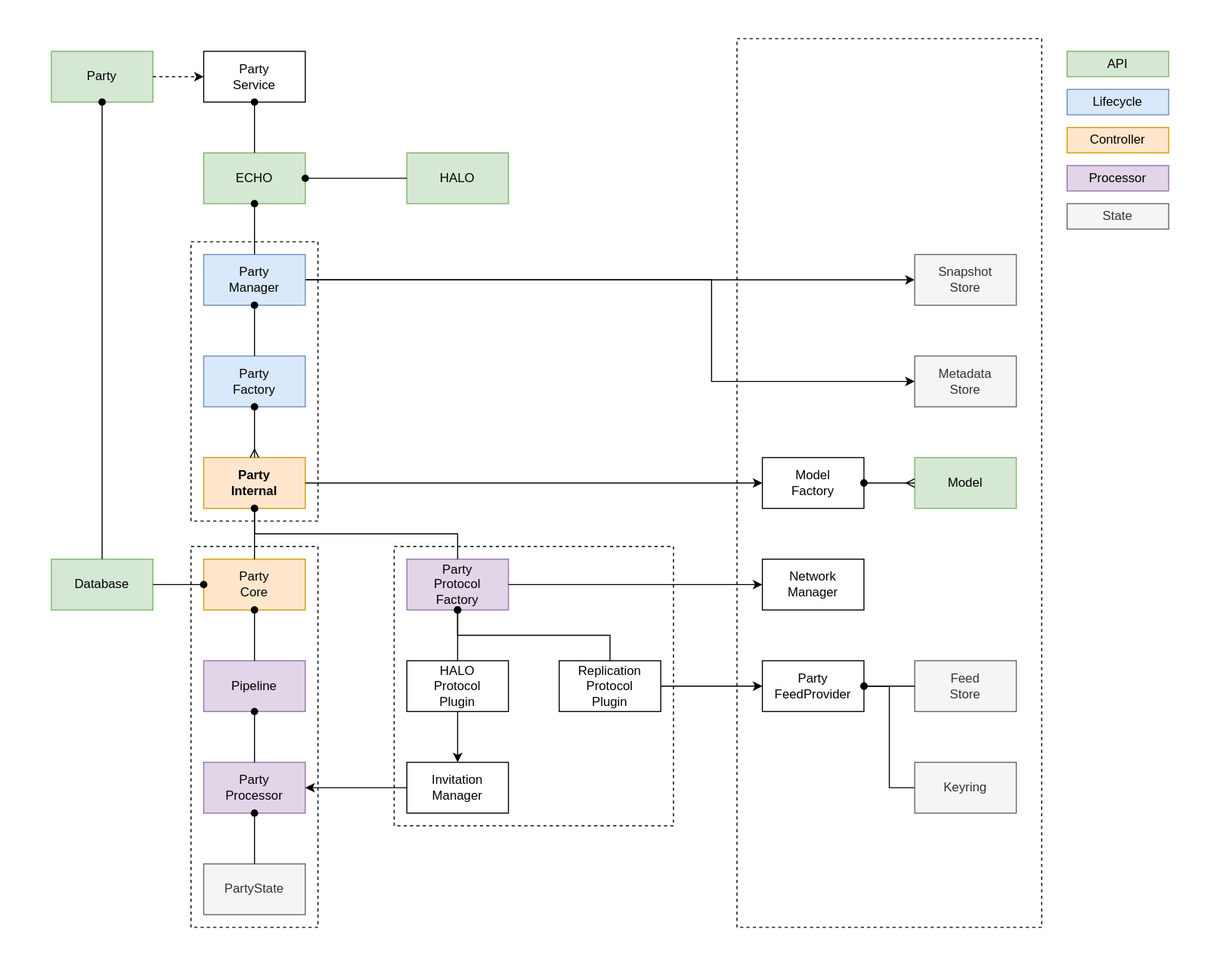
dxos/dxos keeps this draw.io diagram as docs/design/diagrams/echo-db.drawio.svg. Above is the earlier version. Source tidied: cells renumbered, new cells last; positions are measured from the earlier drawing's top-left corner, leaving out a move shared by most shapes.
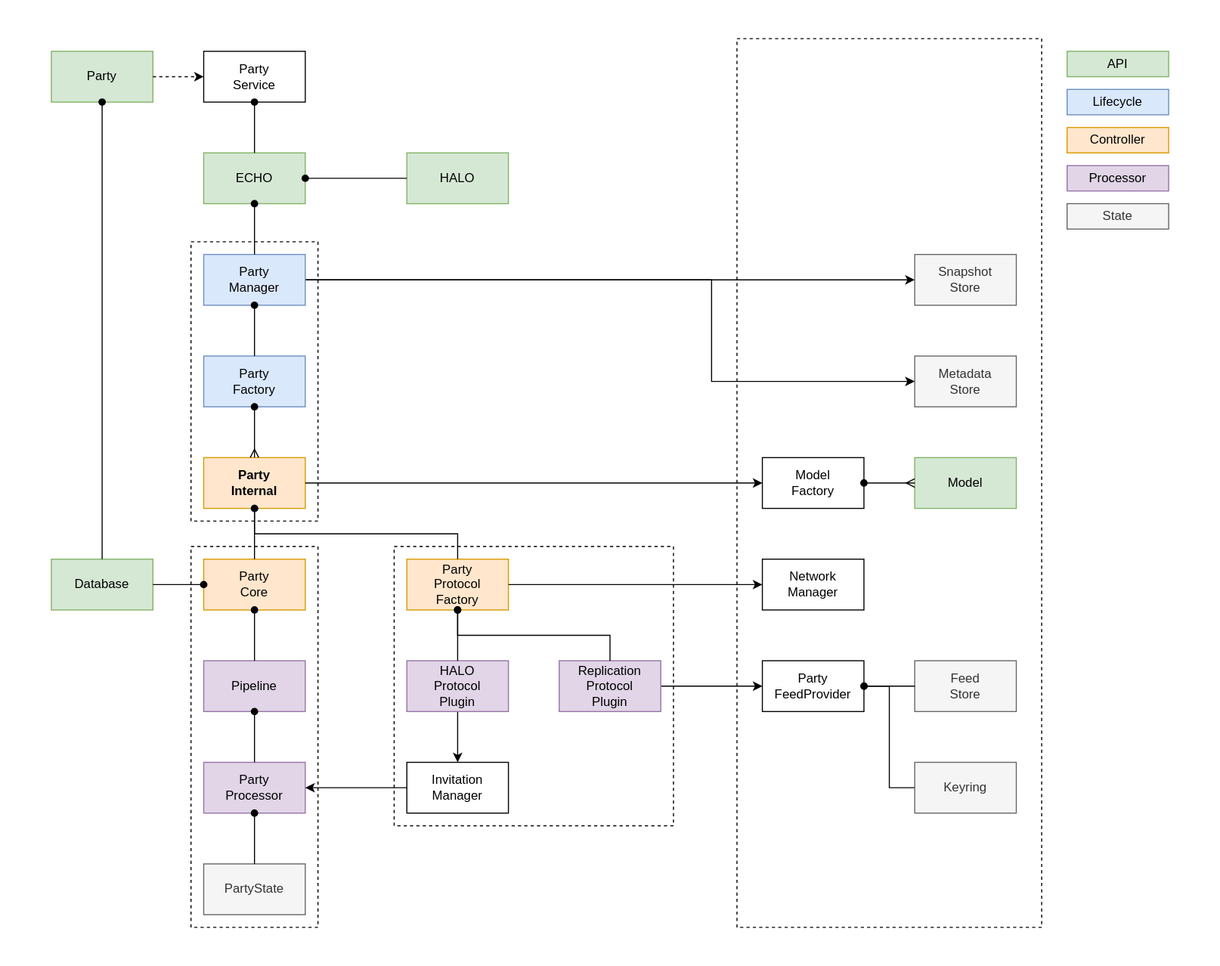
After the change.

Change to the diagram source:
```diff
@@ -61,7 +61,7 @@
         </Array>
       </mxGeometry>
     </mxCell>
-    <mxCell id="20" value="Party&lt;br&gt;Protocol&lt;br&gt;Factory" style="rounded=0;whiteSpace=wrap;html=1;fillColor=#e1d5e7;strokeColor=#9673a6;" parent="1" vertex="1">
+    <mxCell id="20" value="Party&lt;br&gt;Protocol&lt;br&gt;Factory" style="rounded=0;whiteSpace=wrap;html=1;fillColor=#ffe6cc;strokeColor=#d79b00;" parent="1" vertex="1">
       <mxGeometry x="384" y="528" width="96" height="48" as="geometry" />
     </mxCell>
     <mxCell id="21" value="Network&lt;br&gt;Manager" style="rounded=0;whiteSpace=wrap;html=1;" parent="1" vertex="1">
@@ -153,10 +153,10 @@
     <mxCell id="48" style="edgeStyle=orthogonalEdgeStyle;rounded=0;jettySize=auto;html=1;exitX=0.5;exitY=1;exitDx=0;exitDy=0;startArrow=none;startFill=0;endArrow=classic;endFill=1;" parent="1" edge="1" source="49" target="18">
       <mxGeometry relative="1" as="geometry" />
     </mxCell>
-    <mxCell id="49" value="HALO&lt;br&gt;Protocol&lt;br&gt;Plugin" style="rounded=0;whiteSpace=wrap;html=1;" parent="1" vertex="1">
+    <mxCell id="49" value="HALO&lt;br&gt;Protocol&lt;br&gt;Plugin" style="rounded=0;whiteSpace=wrap;html=1;fillColor=#e1d5e7;strokeColor=#9673a6;" parent="1" vertex="1">
       <mxGeometry x="384" y="624" width="96" height="48" as="geometry" />
     </mxCell>
-    <mxCell id="50" value="Replication&lt;br&gt;Protocol&lt;br&gt;Plugin" style="rounded=0;whiteSpace=wrap;html=1;" parent="1" vertex="1">
+    <mxCell id="50" value="Replication&lt;br&gt;Protocol&lt;br&gt;Plugin" style="rounded=0;whiteSpace=wrap;html=1;fillColor=#e1d5e7;strokeColor=#9673a6;" parent="1" vertex="1">
       <mxGeometry x="528" y="624" width="96" height="48" as="geometry" />
     </mxCell>
     <mxCell id="51" style="edgeStyle=orthogonalEdgeStyle;rounded=0;jettySize=auto;html=1;exitX=0.5;exitY=1;exitDx=0;exitDy=0;startArrow=oval;startFill=1;endArrow=none;endFill=0;" parent="1" edge="1" source="20" target="49">
```
